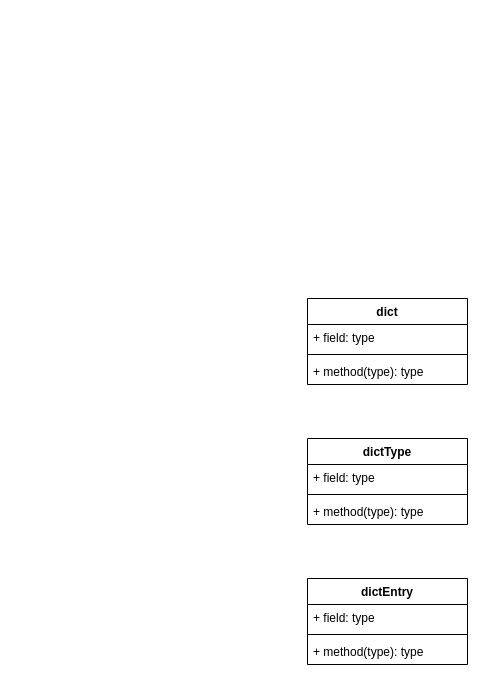
The draw.io diagram page "datastructure" (1 of 7) of redis.drawio in tadsimons/draw, before the edit. Source tidied: cells renumbered, new cells numbered last; positions are measured from the earlier drawing's top-left corner, leaving out a move shared by most shapes. Both pictures are drawn from the tidied source at 100%, with x=0, y=0 at pixel (307, 298).
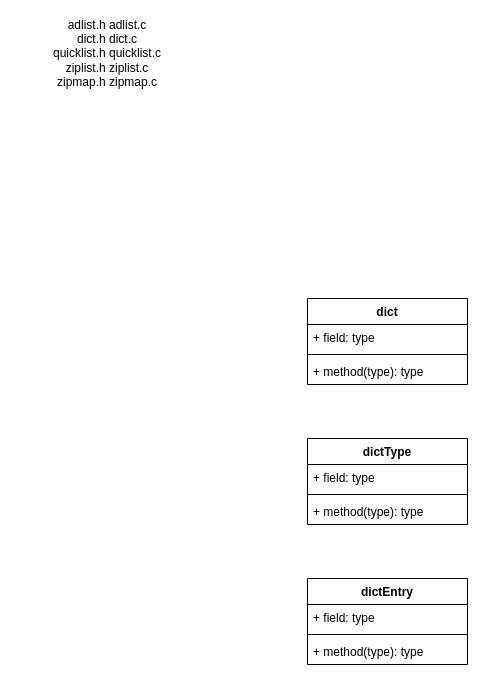
The same page after the edit.

The edit, as a diff of the source:
```diff
@@
 <mxGraphModel>
   <root>
     <mxCell id="0" />
     <mxCell id="1" parent="0" />
     <mxCell id="2" value="dict" style="swimlane;fontStyle=1;align=center;verticalAlign=top;horizontal=1;startSize=26;" parent="1" vertex="1">
       <mxGeometry width="160" height="86" as="geometry" />
     </mxCell>
     <mxCell id="3" value="+ field: type" style="text;strokeColor=none;fillColor=none;align=left;verticalAlign=top;spacingLeft=4;spacingRight=4;overflow=hidden;" parent="2" vertex="1">
       <mxGeometry y="26" width="160" height="26" as="geometry" />
     </mxCell>
     <mxCell id="4" style="line;strokeWidth=1;fillColor=none;align=left;verticalAlign=middle;spacingTop=-1;spacingLeft=3;spacingRight=3;labelPosition=right;" parent="2" vertex="1">
       <mxGeometry y="52" width="160" height="8" as="geometry" />
     </mxCell>
     <mxCell id="5" value="+ method(type): type" style="text;strokeColor=none;fillColor=none;align=left;verticalAlign=top;spacingLeft=4;spacingRight=4;overflow=hidden;" parent="2" vertex="1">
       <mxGeometry y="60" width="160" height="26" as="geometry" />
     </mxCell>
     <mxCell id="6" value="dictType" style="swimlane;fontStyle=1;align=center;verticalAlign=top;horizontal=1;startSize=26;" parent="1" vertex="1">
       <mxGeometry y="140" width="160" height="86" as="geometry" />
     </mxCell>
     <mxCell id="7" value="+ field: type" style="text;strokeColor=none;fillColor=none;align=left;verticalAlign=top;spacingLeft=4;spacingRight=4;overflow=hidden;" parent="6" vertex="1">
       <mxGeometry y="26" width="160" height="26" as="geometry" />
     </mxCell>
     <mxCell id="8" style="line;strokeWidth=1;fillColor=none;align=left;verticalAlign=middle;spacingTop=-1;spacingLeft=3;spacingRight=3;labelPosition=right;" parent="6" vertex="1">
       <mxGeometry y="52" width="160" height="8" as="geometry" />
     </mxCell>
     <mxCell id="9" value="+ method(type): type" style="text;strokeColor=none;fillColor=none;align=left;verticalAlign=top;spacingLeft=4;spacingRight=4;overflow=hidden;" parent="6" vertex="1">
       <mxGeometry y="60" width="160" height="26" as="geometry" />
     </mxCell>
     <mxCell id="10" value="dictEntry" style="swimlane;fontStyle=1;align=center;verticalAlign=top;horizontal=1;startSize=26;" parent="1" vertex="1">
       <mxGeometry y="280" width="160" height="86" as="geometry" />
     </mxCell>
     <mxCell id="11" value="+ field: type" style="text;strokeColor=none;fillColor=none;align=left;verticalAlign=top;spacingLeft=4;spacingRight=4;overflow=hidden;" parent="10" vertex="1">
       <mxGeometry y="26" width="160" height="26" as="geometry" />
     </mxCell>
     <mxCell id="12" style="line;strokeWidth=1;fillColor=none;align=left;verticalAlign=middle;spacingTop=-1;spacingLeft=3;spacingRight=3;labelPosition=right;" parent="10" vertex="1">
       <mxGeometry y="52" width="160" height="8" as="geometry" />
     </mxCell>
     <mxCell id="13" value="+ method(type): type" style="text;strokeColor=none;fillColor=none;align=left;verticalAlign=top;spacingLeft=4;spacingRight=4;overflow=hidden;" parent="10" vertex="1">
       <mxGeometry y="60" width="160" height="26" as="geometry" />
     </mxCell>
+    <mxCell id="14" value="adlist.h adlist.c&lt;br&gt;dict.h dict.c&lt;br&gt;quicklist.h quicklist.c&lt;br&gt;ziplist.h ziplist.c&lt;br&gt;zipmap.h zipmap.c" style="text;html=1;strokeColor=none;fillColor=none;align=center;verticalAlign=middle;whiteSpace=wrap;rounded=0;" parent="1" vertex="1">
+      <mxGeometry x="-290" y="-280" width="180" height="70" as="geometry" />
+    </mxCell>
   </root>
 </mxGraphModel>
```
